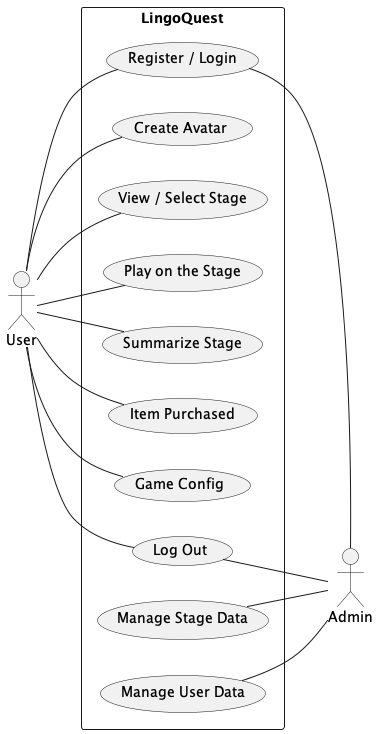
Earlier version of the PlantUML export docs/Diagram/UseCase/LingoQuest_UseCase.png (lebrancconvas/Lingo-Quest). Source of this version:
```plantuml
@startuml LingoQuest_UseCase
left to right direction
skinparam packageStyle rectangle

actor User as u
actor Admin as a

rectangle LingoQuest {
	u -- (Register / Login)
	u -- (Create Avatar)
	u -- (View / Select Stage)
	u -- (Play on the Stage)
	u -- (Summarize Stage)
	u -- (Item Purchased)
	u -- (Game Config)
	u -- (Log Out)
	(Register / Login) -- a
	(Manage Stage Data) -- a
	(Manage User Data) -- a
	(Log Out) -- a
}

@enduml
```
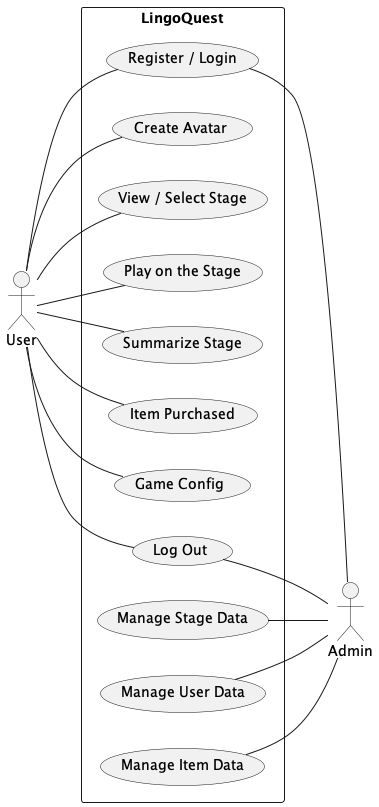
After the commit.

Commit message:
📝 doc: update use case diagram

Change to the diagram source:
```diff
@@ -17,6 +17,7 @@
 	(Register / Login) -- a
 	(Manage Stage Data) -- a
 	(Manage User Data) -- a
+	(Manage Item Data) -- a
 	(Log Out) -- a
 }
 
```
